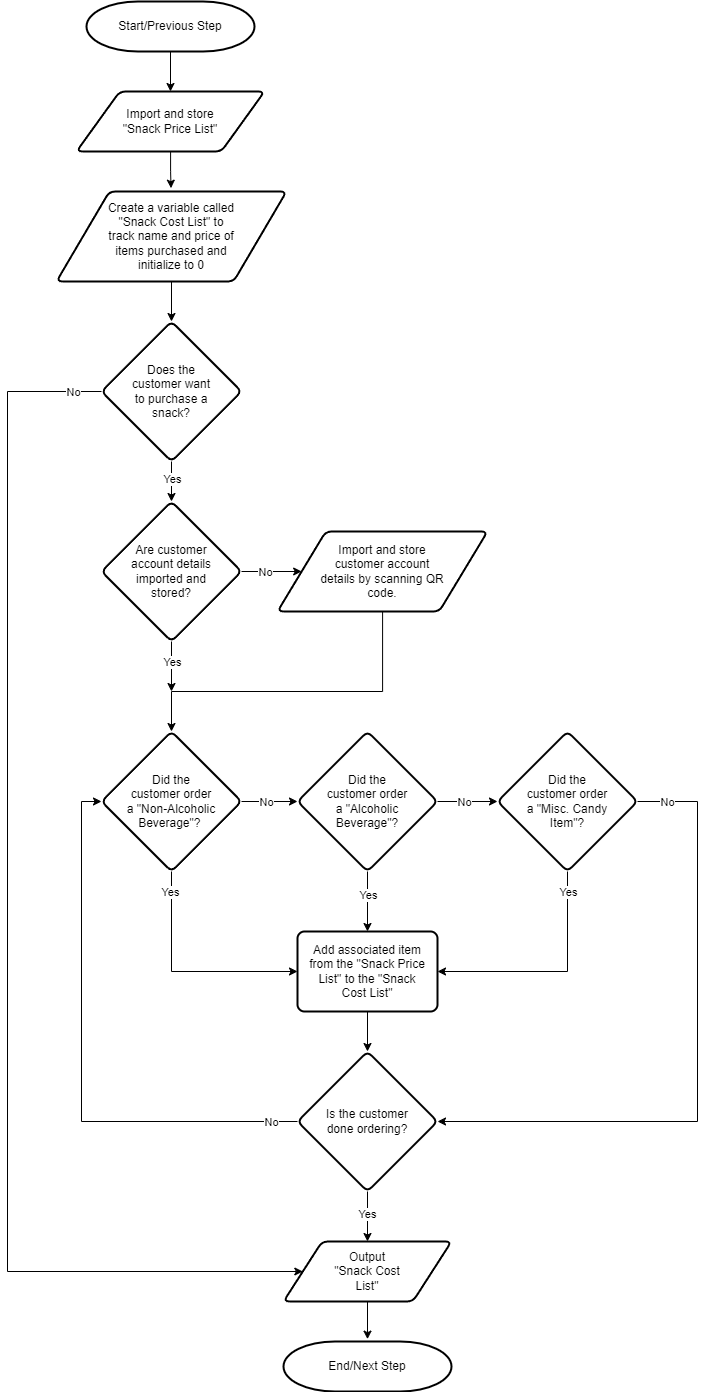
The draw.io diagram APS145NFF/W5/logic3-Luca Novello_part4.png in lucanovello/Winter-2024, before a commit. Source tidied: cells renumbered, new cells last; positions are measured from the earlier drawing's top-left corner, leaving out a move shared by most shapes.
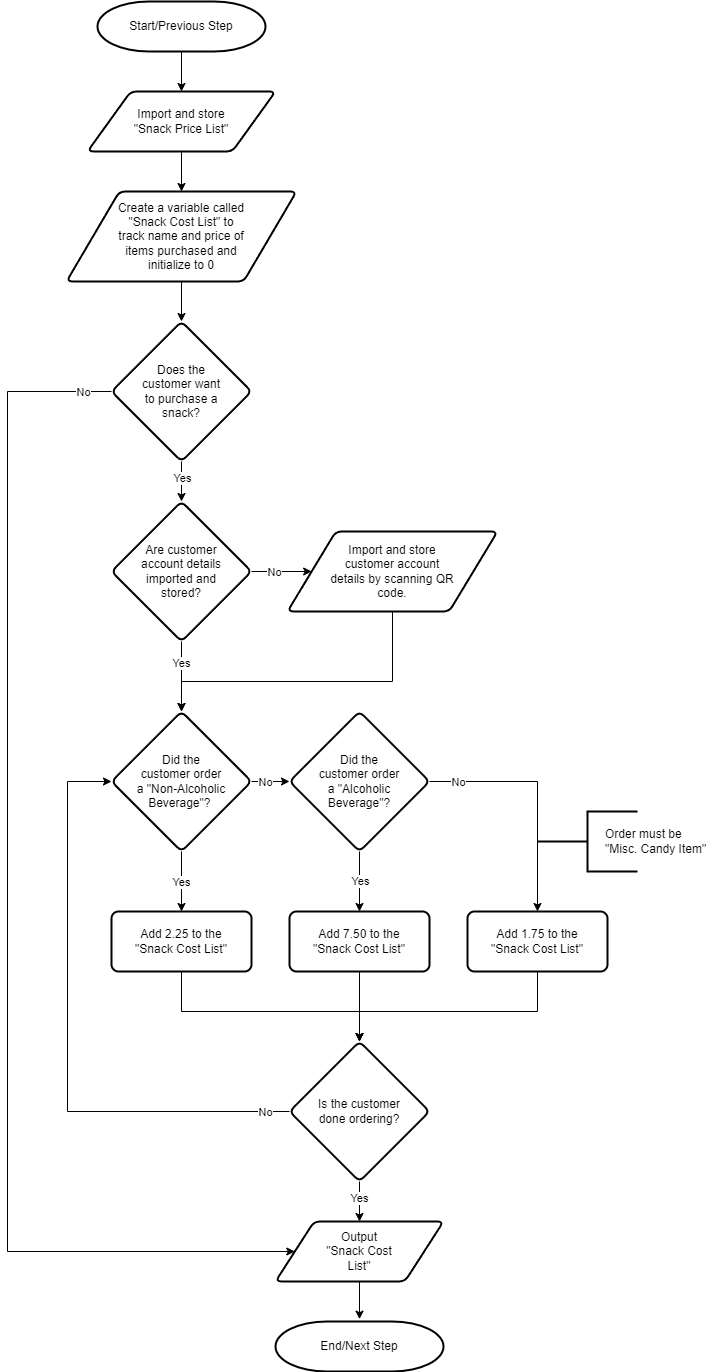
Above is the later version.

The edit, as a diff of the source:
```diff
@@ -2,12 +2,12 @@
   <root>
     <mxCell id="0" />
     <mxCell id="1" parent="0" />
+    <mxCell id="3" style="edgeStyle=orthogonalEdgeStyle;rounded=0;jettySize=auto;html=1;" parent="1" edge="1" source="2" target="26">
+      <mxGeometry relative="1" as="geometry" />
+    </mxCell>
     <mxCell id="2" value="Start/Previous Step" style="strokeWidth=2;html=1;shape=mxgraph.flowchart.terminator;whiteSpace=wrap;spacing=20;spacingTop=5;spacingBottom=5;spacingLeft=5;spacingRight=5;" parent="1" vertex="1">
-      <mxGeometry x="79" width="168" height="50" as="geometry" />
+      <mxGeometry x="80" y="20" width="168" height="50" as="geometry" />
     </mxCell>
-    <mxCell id="3" style="endArrow=classic;html=1;rounded=0;exitX=0.5;exitY=1;exitDx=0;exitDy=0;exitPerimeter=0;entryX=0.5;entryY=0;entryDx=0;entryDy=0;" parent="1" edge="1" source="2" target="26">
-      <mxGeometry relative="1" as="geometry" />
-    </mxCell>
     <mxCell id="4" style="edgeStyle=orthogonalEdgeStyle;rounded=0;jettySize=auto;html=1;entryX=0.5;entryY=0;entryDx=0;entryDy=0;" parent="1" edge="1" source="8" target="42">
       <mxGeometry relative="1" as="geometry" />
     </mxCell>
@@ -16,11 +16,11 @@
         <mxPoint x="2" y="4" as="offset" />
       </mxGeometry>
     </mxCell>
-    <mxCell id="6" style="edgeStyle=orthogonalEdgeStyle;rounded=0;jettySize=auto;html=1;entryX=0;entryY=0.5;entryDx=0;entryDy=0;" parent="1" edge="1" source="8" target="22">
+    <mxCell id="6" style="edgeStyle=orthogonalEdgeStyle;rounded=0;jettySize=auto;html=1;entryX=0;entryY=0.5;entryDx=0;entryDy=0;exitX=0;exitY=0.5;exitDx=0;exitDy=0;" parent="1" edge="1" source="8" target="22">
       <mxGeometry relative="1" as="geometry">
         <Array as="points">
-          <mxPoint y="390" />
-          <mxPoint y="1270" />
+          <mxPoint x="-10" y="410" />
+          <mxPoint x="-10" y="1270" />
         </Array>
       </mxGeometry>
     </mxCell>
@@ -28,26 +28,26 @@
       <mxGeometry x="-0.95" relative="1" as="geometry" />
     </mxCell>
     <mxCell id="8" value="&lt;p style=&quot;line-height: 120%;&quot;&gt;Does the customer want to purchase a snack?&lt;/p&gt;" style="rhombus;whiteSpace=wrap;html=1;strokeWidth=2;rounded=1;arcSize=12;verticalAlign=middle;horizontal=1;spacing=21;spacingBottom=5;spacingTop=5;spacingLeft=5;spacingRight=5;" parent="1" vertex="1">
-      <mxGeometry x="94" y="320" width="140" height="140" as="geometry" />
+      <mxGeometry x="94" y="340" width="140" height="140" as="geometry" />
     </mxCell>
     <mxCell id="9" style="edgeStyle=orthogonalEdgeStyle;rounded=0;jettySize=auto;html=1;spacing=12;spacingTop=5;spacingBottom=5;spacingLeft=5;spacingRight=5;entryX=0.5;entryY=0;entryDx=0;entryDy=0;" parent="1" edge="1" source="13" target="24">
       <mxGeometry relative="1" as="geometry" />
     </mxCell>
     <mxCell id="10" value="Yes" style="edgeLabel;html=1;align=center;verticalAlign=middle;spacing=12;spacingTop=5;spacingBottom=5;spacingLeft=5;spacingRight=5;" parent="9" vertex="1">
       <mxGeometry x="-0.16" y="1" relative="1" as="geometry">
-        <mxPoint x="-1" y="-2" as="offset" />
+        <mxPoint x="-1" y="4" as="offset" />
       </mxGeometry>
     </mxCell>
-    <mxCell id="11" style="edgeStyle=orthogonalEdgeStyle;rounded=0;jettySize=auto;html=1;spacing=12;spacingTop=5;spacingBottom=5;spacingLeft=5;spacingRight=5;entryX=0;entryY=0.5;entryDx=0;entryDy=0;" parent="1" edge="1" source="13" target="32">
+    <mxCell id="11" style="edgeStyle=orthogonalEdgeStyle;rounded=0;jettySize=auto;html=1;spacing=12;spacingTop=5;spacingBottom=5;spacingLeft=5;spacingRight=5;entryX=0.5;entryY=0;entryDx=0;entryDy=0;" parent="1" edge="1" source="13" target="46">
       <mxGeometry relative="1" as="geometry" />
     </mxCell>
     <mxCell id="12" value="No" style="edgeLabel;html=1;align=center;verticalAlign=middle;spacing=12;spacingTop=5;spacingBottom=5;spacingLeft=5;spacingRight=5;" parent="11" vertex="1">
       <mxGeometry x="0.07" relative="1" as="geometry">
-        <mxPoint x="-7" as="offset" />
+        <mxPoint x="-80" y="-19" as="offset" />
       </mxGeometry>
     </mxCell>
     <mxCell id="13" value="&lt;p style=&quot;line-height: 120%;&quot;&gt;Did the customer order a&amp;nbsp;&quot;Alcoholic Beverage&quot;?&lt;br&gt;&lt;/p&gt;" style="rhombus;whiteSpace=wrap;html=1;strokeWidth=2;rounded=1;arcSize=12;verticalAlign=middle;horizontal=1;spacing=21;spacingBottom=5;spacingTop=5;spacingLeft=5;spacingRight=5;" parent="1" vertex="1">
-      <mxGeometry x="290" y="730" width="140" height="140" as="geometry" />
+      <mxGeometry x="272" y="730" width="140" height="140" as="geometry" />
     </mxCell>
     <mxCell id="14" style="edgeStyle=orthogonalEdgeStyle;rounded=0;jettySize=auto;html=1;entryX=0;entryY=0.5;entryDx=0;entryDy=0;spacing=12;spacingTop=5;spacingBottom=5;spacingLeft=5;spacingRight=5;" parent="1" edge="1" source="18" target="13">
       <mxGeometry relative="1" as="geometry" />
@@ -57,15 +57,13 @@
         <mxPoint x="-5" as="offset" />
       </mxGeometry>
     </mxCell>
-    <mxCell id="16" style="edgeStyle=orthogonalEdgeStyle;rounded=0;jettySize=auto;html=1;entryX=0;entryY=0.5;entryDx=0;entryDy=0;" parent="1" edge="1" source="18" target="24">
-      <mxGeometry relative="1" as="geometry">
-        <Array as="points">
-          <mxPoint x="164" y="970" />
-        </Array>
-      </mxGeometry>
+    <mxCell id="16" style="edgeStyle=orthogonalEdgeStyle;rounded=0;jettySize=auto;html=1;entryX=0.5;entryY=0;entryDx=0;entryDy=0;" parent="1" edge="1" source="18" target="48">
+      <mxGeometry relative="1" as="geometry" />
     </mxCell>
     <mxCell id="17" value="Yes" style="edgeLabel;html=1;align=center;verticalAlign=middle;" parent="16" vertex="1">
-      <mxGeometry x="-0.83" y="-2" relative="1" as="geometry" />
+      <mxGeometry x="-0.83" y="-2" relative="1" as="geometry">
+        <mxPoint x="1" y="25" as="offset" />
+      </mxGeometry>
     </mxCell>
     <mxCell id="18" value="&lt;p style=&quot;line-height: 120%;&quot;&gt;Did the customer order a&amp;nbsp;&quot;Non-Alcoholic Beverage&quot;?&amp;nbsp;&lt;/p&gt;" style="rhombus;whiteSpace=wrap;html=1;strokeWidth=2;rounded=1;arcSize=12;verticalAlign=middle;horizontal=1;spacing=21;spacingBottom=5;spacingTop=5;spacingLeft=5;spacingRight=5;" parent="1" vertex="1">
       <mxGeometry x="94" y="730" width="140" height="140" as="geometry" />
@@ -74,78 +72,57 @@
       <mxGeometry relative="1" as="geometry" />
     </mxCell>
     <mxCell id="20" value="Create a variable called &quot;Snack Cost List&quot; to track name and price of items purchased and initialize to 0" style="shape=parallelogram;html=1;strokeWidth=2;perimeter=parallelogramPerimeter;whiteSpace=wrap;rounded=1;arcSize=12;size=0.23;spacing=20;spacingTop=30;spacingBottom=30;spacingLeft=30;spacingRight=30;" parent="1" vertex="1">
-      <mxGeometry x="49" y="190" width="230" height="90" as="geometry" />
+      <mxGeometry x="49" y="210" width="230" height="90" as="geometry" />
     </mxCell>
     <mxCell id="21" style="edgeStyle=orthogonalEdgeStyle;rounded=0;jettySize=auto;html=1;entryX=0.5;entryY=-0.047;entryDx=0;entryDy=0;entryPerimeter=0;" parent="1" edge="1" source="22" target="27">
       <mxGeometry relative="1" as="geometry" />
     </mxCell>
     <mxCell id="22" value="Output &quot;Snack Cost List&quot;" style="shape=parallelogram;html=1;strokeWidth=2;perimeter=parallelogramPerimeter;whiteSpace=wrap;rounded=1;arcSize=12;size=0.23;spacing=20;spacingTop=20;spacingBottom=20;spacingLeft=30;spacingRight=30;" parent="1" vertex="1">
-      <mxGeometry x="276" y="1240" width="168" height="60" as="geometry" />
+      <mxGeometry x="258" y="1240" width="168" height="60" as="geometry" />
     </mxCell>
     <mxCell id="23" style="edgeStyle=orthogonalEdgeStyle;rounded=0;jettySize=auto;html=1;" parent="1" edge="1" source="24" target="37">
       <mxGeometry relative="1" as="geometry" />
     </mxCell>
-    <mxCell id="24" value="Add associated item from the &quot;Snack Price List&quot; to the &quot;Snack Cost List&quot;" style="rounded=1;whiteSpace=wrap;html=1;absoluteArcSize=1;arcSize=14;strokeWidth=2;spacing=10;spacingTop=0;spacingBottom=0;spacingLeft=0;spacingRight=0;" parent="1" vertex="1">
-      <mxGeometry x="290" y="930" width="140" height="80" as="geometry" />
+    <mxCell id="24" value="Add 7.50 to the &quot;Snack Cost List&quot;" style="rounded=1;whiteSpace=wrap;html=1;absoluteArcSize=1;arcSize=14;strokeWidth=2;spacing=10;spacingTop=0;spacingBottom=0;spacingLeft=0;spacingRight=0;" parent="1" vertex="1">
+      <mxGeometry x="272" y="930" width="140" height="60" as="geometry" />
     </mxCell>
-    <mxCell id="25" style="edgeStyle=orthogonalEdgeStyle;rounded=0;jettySize=auto;html=1;entryX=0.498;entryY=-0.037;entryDx=0;entryDy=0;entryPerimeter=0;" parent="1" edge="1" source="26" target="20">
+    <mxCell id="25" style="edgeStyle=orthogonalEdgeStyle;rounded=0;jettySize=auto;html=1;" parent="1" edge="1" source="26" target="20">
       <mxGeometry relative="1" as="geometry" />
     </mxCell>
     <mxCell id="26" value="Import and store &quot;Snack Price List&quot;" style="shape=parallelogram;html=1;strokeWidth=2;perimeter=parallelogramPerimeter;whiteSpace=wrap;rounded=1;arcSize=12;size=0.23;spacing=20;spacingTop=20;spacingBottom=20;spacingLeft=20;spacingRight=20;" parent="1" vertex="1">
-      <mxGeometry x="69" y="90" width="188" height="60" as="geometry" />
+      <mxGeometry x="70" y="110" width="188" height="60" as="geometry" />
     </mxCell>
     <mxCell id="27" value="End/Next Step" style="strokeWidth=2;html=1;shape=mxgraph.flowchart.terminator;whiteSpace=wrap;spacing=20;spacingTop=5;spacingBottom=5;spacingLeft=5;spacingRight=5;" parent="1" vertex="1">
-      <mxGeometry x="276" y="1340" width="168" height="50" as="geometry" />
+      <mxGeometry x="258" y="1340" width="168" height="50" as="geometry" />
     </mxCell>
-    <mxCell id="28" style="edgeStyle=orthogonalEdgeStyle;rounded=0;jettySize=auto;html=1;exitX=1;exitY=0.5;exitDx=0;exitDy=0;entryX=1;entryY=0.5;entryDx=0;entryDy=0;" parent="1" edge="1" source="32" target="37">
-      <mxGeometry relative="1" as="geometry">
-        <Array as="points">
-          <mxPoint x="690" y="800" />
-          <mxPoint x="690" y="1120" />
-        </Array>
-      </mxGeometry>
-    </mxCell>
-    <mxCell id="29" value="No" style="edgeLabel;html=1;align=center;verticalAlign=middle;" parent="28" vertex="1">
-      <mxGeometry x="-0.91" relative="1" as="geometry" />
-    </mxCell>
-    <mxCell id="30" style="edgeStyle=orthogonalEdgeStyle;rounded=0;jettySize=auto;html=1;exitX=0.5;exitY=1;exitDx=0;exitDy=0;entryX=1;entryY=0.5;entryDx=0;entryDy=0;" parent="1" edge="1" source="32" target="24">
-      <mxGeometry relative="1" as="geometry">
-        <Array as="points">
-          <mxPoint x="560" y="970" />
-        </Array>
-      </mxGeometry>
-    </mxCell>
-    <mxCell id="31" value="Yes" style="edgeLabel;html=1;align=center;verticalAlign=middle;" parent="30" vertex="1">
-      <mxGeometry x="-0.82" relative="1" as="geometry" />
-    </mxCell>
-    <mxCell id="32" value="&lt;p style=&quot;line-height: 120%;&quot;&gt;Did the customer order a&amp;nbsp;&quot;Misc. Candy Item&quot;?&lt;br&gt;&lt;/p&gt;" style="rhombus;whiteSpace=wrap;html=1;strokeWidth=2;rounded=1;arcSize=12;verticalAlign=middle;horizontal=1;spacing=21;spacingBottom=5;spacingTop=5;spacingLeft=5;spacingRight=5;" parent="1" vertex="1">
-      <mxGeometry x="490" y="730" width="140" height="140" as="geometry" />
-    </mxCell>
     <mxCell id="33" style="edgeStyle=orthogonalEdgeStyle;rounded=0;jettySize=auto;html=1;" parent="1" edge="1" source="37" target="22">
       <mxGeometry relative="1" as="geometry" />
     </mxCell>
     <mxCell id="34" value="Yes" style="edgeLabel;html=1;align=center;verticalAlign=middle;" parent="33" vertex="1">
       <mxGeometry x="-0.16" y="-1" relative="1" as="geometry" />
     </mxCell>
-    <mxCell id="35" style="edgeStyle=orthogonalEdgeStyle;rounded=0;jettySize=auto;html=1;entryX=0;entryY=0.5;entryDx=0;entryDy=0;" parent="1" edge="1" source="37" target="18">
-      <mxGeometry relative="1" as="geometry" />
+    <mxCell id="35" style="edgeStyle=orthogonalEdgeStyle;rounded=0;jettySize=auto;html=1;entryX=0;entryY=0.5;entryDx=0;entryDy=0;exitX=0;exitY=0.5;exitDx=0;exitDy=0;" parent="1" edge="1" source="37" target="18">
+      <mxGeometry relative="1" as="geometry">
+        <Array as="points">
+          <mxPoint x="50" y="1130" />
+          <mxPoint x="50" y="800" />
+        </Array>
+      </mxGeometry>
     </mxCell>
     <mxCell id="36" value="No" style="edgeLabel;html=1;align=center;verticalAlign=middle;" parent="35" vertex="1">
       <mxGeometry x="-0.9" y="1" relative="1" as="geometry">
-        <mxPoint y="-1" as="offset" />
+        <mxPoint x="4" y="-1" as="offset" />
       </mxGeometry>
     </mxCell>
     <mxCell id="37" value="&lt;p style=&quot;line-height: 120%;&quot;&gt;Is the customer done ordering?&lt;br&gt;&lt;/p&gt;" style="rhombus;whiteSpace=wrap;html=1;strokeWidth=2;rounded=1;arcSize=12;verticalAlign=middle;horizontal=1;spacing=21;spacingBottom=5;spacingTop=5;spacingLeft=5;spacingRight=5;" parent="1" vertex="1">
-      <mxGeometry x="290" y="1050" width="140" height="140" as="geometry" />
+      <mxGeometry x="272" y="1060" width="140" height="140" as="geometry" />
     </mxCell>
-    <mxCell id="38" style="edgeStyle=orthogonalEdgeStyle;rounded=0;jettySize=auto;html=1;" parent="1" edge="1" source="42">
-      <mxGeometry relative="1" as="geometry">
-        <mxPoint x="164" y="690" as="targetPoint" />
-      </mxGeometry>
+    <mxCell id="38" style="edgeStyle=orthogonalEdgeStyle;rounded=0;jettySize=auto;html=1;entryX=0.5;entryY=0;entryDx=0;entryDy=0;" parent="1" edge="1" source="42" target="18">
+      <mxGeometry relative="1" as="geometry" />
     </mxCell>
     <mxCell id="39" value="Yes" style="edgeLabel;html=1;align=center;verticalAlign=middle;" parent="38" vertex="1">
       <mxGeometry x="-0.44" y="3" relative="1" as="geometry">
-        <mxPoint x="-3" y="6" as="offset" />
+        <mxPoint x="-4" y="1" as="offset" />
       </mxGeometry>
     </mxCell>
     <mxCell id="40" style="edgeStyle=orthogonalEdgeStyle;rounded=0;jettySize=auto;html=1;" parent="1" edge="1" source="42" target="44">
@@ -157,18 +134,43 @@
       </mxGeometry>
     </mxCell>
     <mxCell id="42" value="&lt;p style=&quot;line-height: 120%;&quot;&gt;Are customer account details imported and stored?&lt;/p&gt;" style="rhombus;whiteSpace=wrap;html=1;strokeWidth=2;rounded=1;arcSize=12;verticalAlign=middle;horizontal=1;spacing=21;spacingBottom=5;spacingTop=5;spacingLeft=5;spacingRight=5;" parent="1" vertex="1">
-      <mxGeometry x="94" y="500" width="140" height="140" as="geometry" />
+      <mxGeometry x="94" y="520" width="140" height="140" as="geometry" />
     </mxCell>
     <mxCell id="43" style="edgeStyle=orthogonalEdgeStyle;rounded=0;jettySize=auto;html=1;entryX=0.5;entryY=0;entryDx=0;entryDy=0;" parent="1" edge="1" source="44" target="18">
       <mxGeometry relative="1" as="geometry">
         <Array as="points">
-          <mxPoint x="375" y="690" />
-          <mxPoint x="164" y="690" />
+          <mxPoint x="375" y="700" />
+          <mxPoint x="164" y="700" />
         </Array>
       </mxGeometry>
     </mxCell>
     <mxCell id="44" value="Import and store customer account details by scanning QR code." style="shape=parallelogram;html=1;strokeWidth=2;perimeter=parallelogramPerimeter;whiteSpace=wrap;rounded=1;arcSize=12;size=0.23;spacing=20;spacingTop=20;spacingBottom=20;spacingLeft=20;spacingRight=20;" parent="1" vertex="1">
-      <mxGeometry x="270" y="530" width="210" height="80" as="geometry" />
+      <mxGeometry x="270" y="550" width="210" height="80" as="geometry" />
     </mxCell>
+    <mxCell id="45" style="edgeStyle=orthogonalEdgeStyle;rounded=0;jettySize=auto;html=1;entryX=0.5;entryY=0;entryDx=0;entryDy=0;exitX=0.5;exitY=1;exitDx=0;exitDy=0;" parent="1" edge="1" source="46" target="37">
+      <mxGeometry relative="1" as="geometry">
+        <Array as="points">
+          <mxPoint x="520" y="1030" />
+          <mxPoint x="342" y="1030" />
+        </Array>
+      </mxGeometry>
+    </mxCell>
+    <mxCell id="46" value="Add 1.75 to the &quot;Snack Cost List&quot;" style="rounded=1;whiteSpace=wrap;html=1;absoluteArcSize=1;arcSize=14;strokeWidth=2;spacing=10;spacingTop=0;spacingBottom=0;spacingLeft=0;spacingRight=0;" parent="1" vertex="1">
+      <mxGeometry x="450" y="930" width="140" height="60" as="geometry" />
+    </mxCell>
+    <mxCell id="47" style="edgeStyle=orthogonalEdgeStyle;rounded=0;jettySize=auto;html=1;entryX=0.5;entryY=0;entryDx=0;entryDy=0;" parent="1" edge="1" source="48" target="37">
+      <mxGeometry relative="1" as="geometry">
+        <Array as="points">
+          <mxPoint x="164" y="1030" />
+          <mxPoint x="342" y="1030" />
+        </Array>
+      </mxGeometry>
+    </mxCell>
+    <mxCell id="48" value="Add 2.25 to the &quot;Snack Cost List&quot;" style="rounded=1;whiteSpace=wrap;html=1;absoluteArcSize=1;arcSize=14;strokeWidth=2;spacing=10;spacingTop=0;spacingBottom=0;spacingLeft=0;spacingRight=0;" parent="1" vertex="1">
+      <mxGeometry x="94" y="930" width="140" height="60" as="geometry" />
+    </mxCell>
+    <mxCell id="49" value="Order must be &quot;Misc. Candy Item&quot;" style="strokeWidth=2;shape=mxgraph.flowchart.annotation_2;align=left;labelPosition=right;spacingRight=0;spacing=0;verticalLabelPosition=middle;verticalAlign=middle;spacingLeft=-32;fixedWidth=0;movableLabel=1;labelPadding=0;overflow=visible;perimeterSpacing=0;whiteSpace=wrap;html=1;spacingTop=0;spacingBottom=0;" parent="1" vertex="1">
+      <mxGeometry x="520" y="830" width="100" height="60" as="geometry" />
+    </mxCell>
   </root>
 </mxGraphModel>
```
